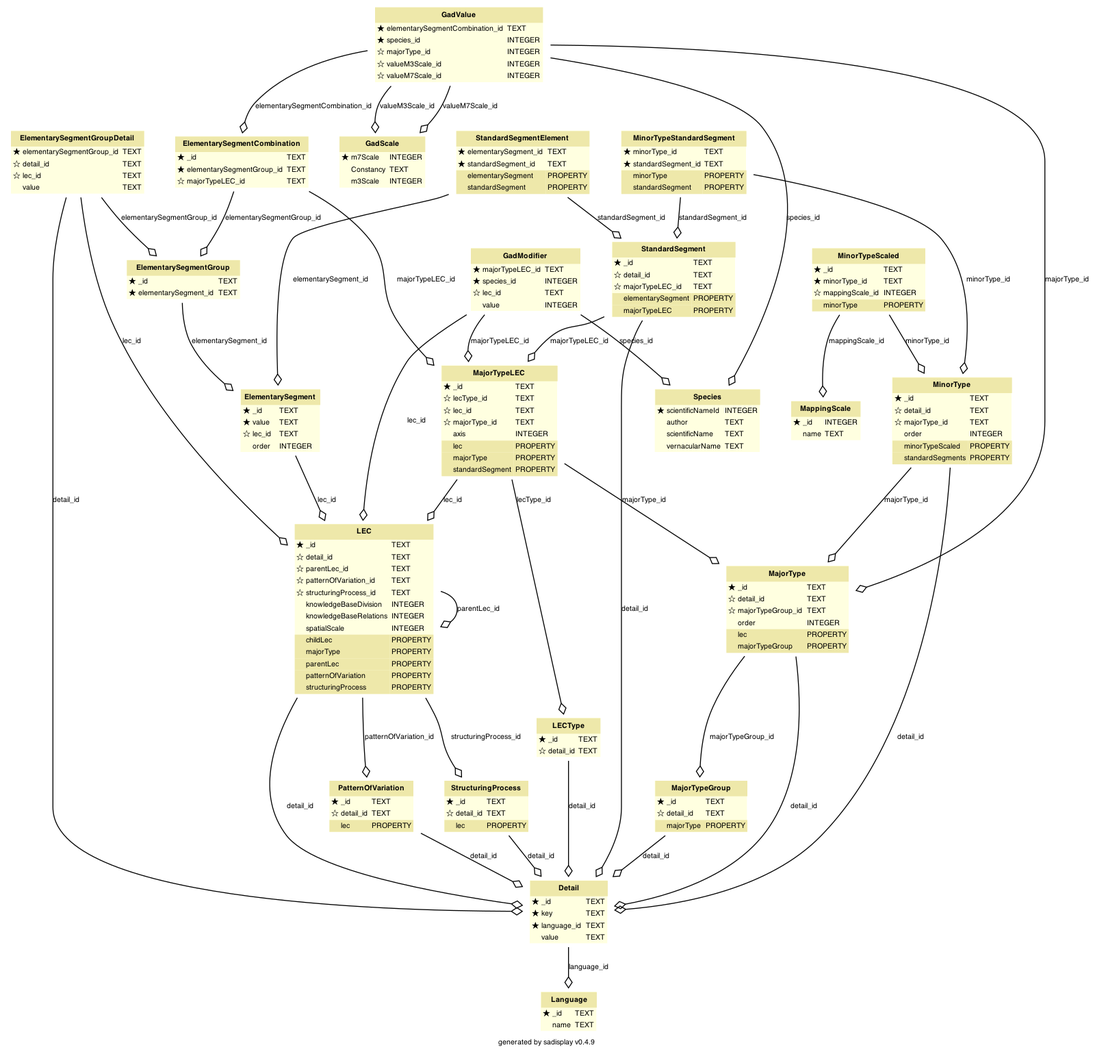
The Graphviz diagram scripts/database/schema.png in MichalTorma/natur-i-norge, before a commit. Its source is kept beside it as scripts/database/schema.dot.
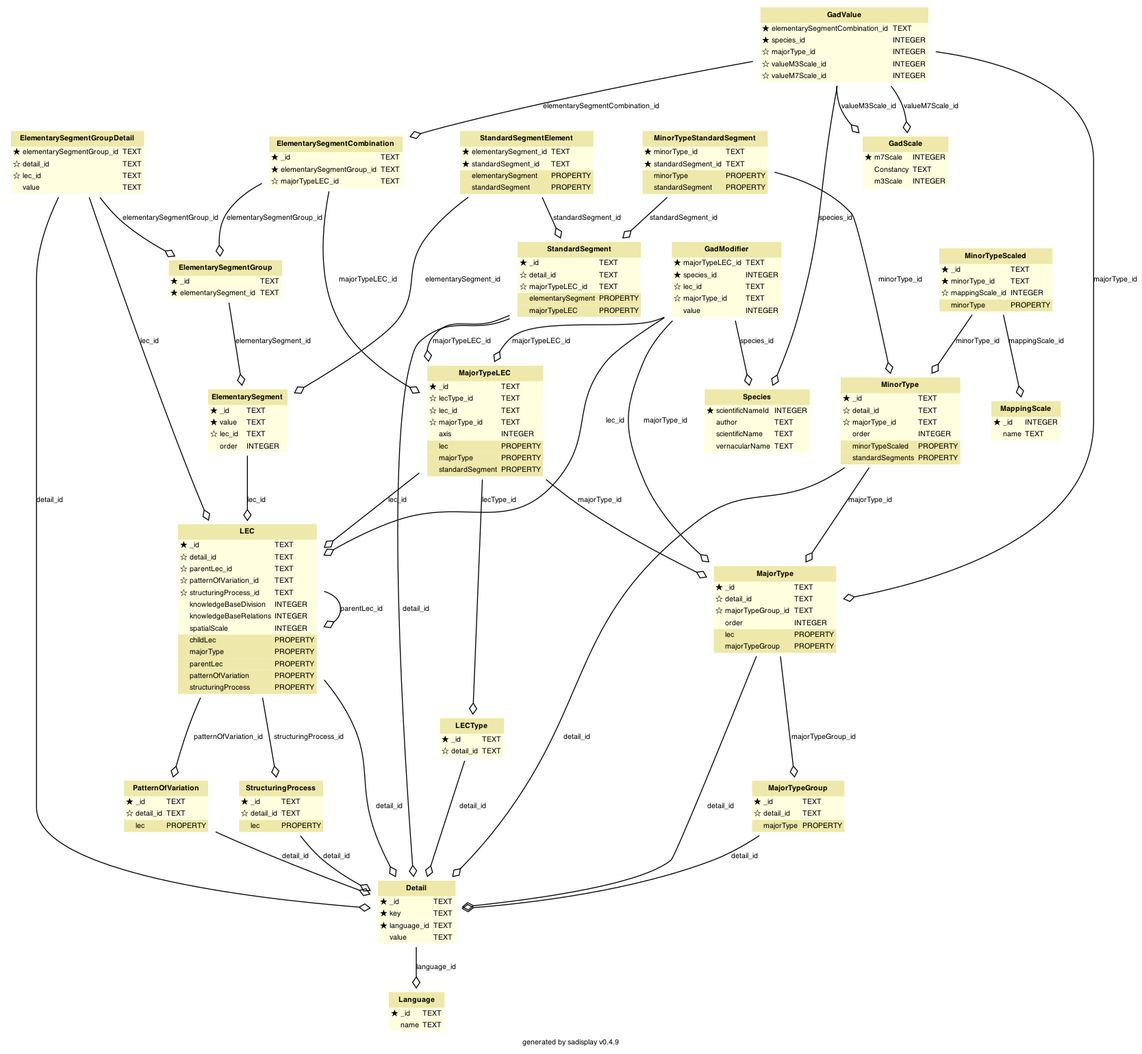
Later version of the same file.

What changed in the source:
```diff
@@ -154,6 +154,10 @@
         ><FONT FACE="Bitstream Vera Sans">INTEGER</FONT
         ></TD></TR> <TR><TD ALIGN="LEFT" BORDER="0"
         ><FONT FACE="Bitstream Vera Sans">☆ lec_id</FONT
+        ></TD><TD ALIGN="LEFT"
+        ><FONT FACE="Bitstream Vera Sans">TEXT</FONT
+        ></TD></TR> <TR><TD ALIGN="LEFT" BORDER="0"
+        ><FONT FACE="Bitstream Vera Sans">☆ majorType_id</FONT
         ></TD><TD ALIGN="LEFT"
         ><FONT FACE="Bitstream Vera Sans">TEXT</FONT
         ></TD></TR> <TR><TD ALIGN="LEFT" BORDER="0"
@@ -697,6 +701,7 @@
 	"ElementarySegmentGroupDetail" -> "LEC" [label = "lec_id"]
 	"ElementarySegmentGroupDetail" -> "Detail" [label = "detail_id"]
 	"GadModifier" -> "MajorTypeLEC" [label = "majorTypeLEC_id"]
+	"GadModifier" -> "MajorType" [label = "majorType_id"]
 	"GadModifier" -> "LEC" [label = "lec_id"]
 	"GadModifier" -> "Species" [label = "species_id"]
 	"GadValue" -> "ElementarySegmentCombination" [label = "elementarySegmentCombination_id"]
```
